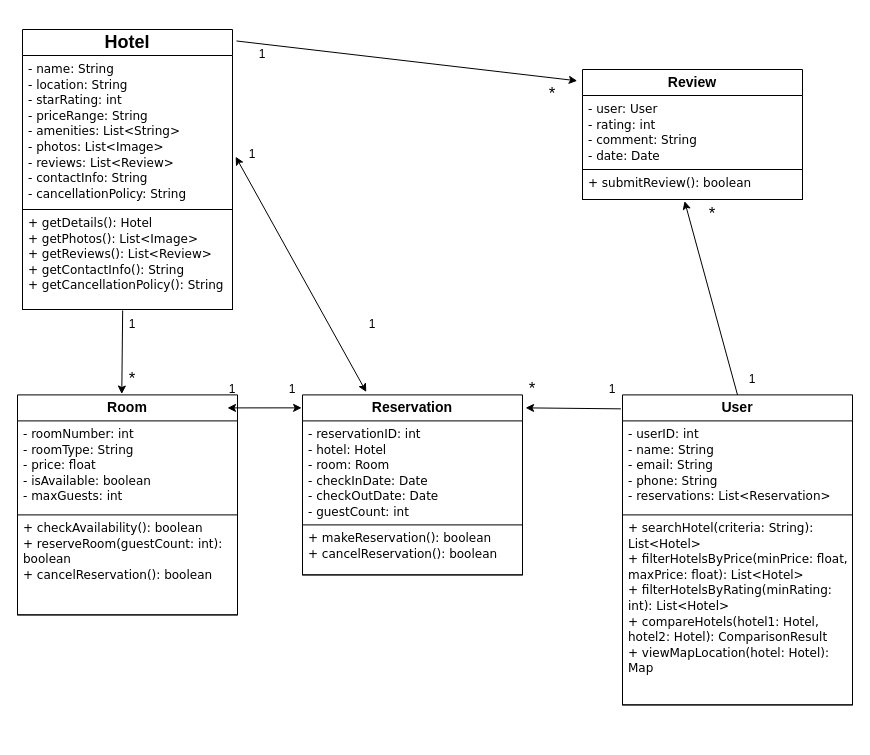
Above: UML/Hotel Diagram.drawio in KczBen/hbv-401-3h (draw.io), before the change. Source tidied: cells renumbered, new cells numbered last; positions are measured from the earlier drawing's top-left corner, leaving out a move shared by most shapes. Both pictures are drawn from the tidied source at 100%, with x=0, y=0 at pixel (17, 29).
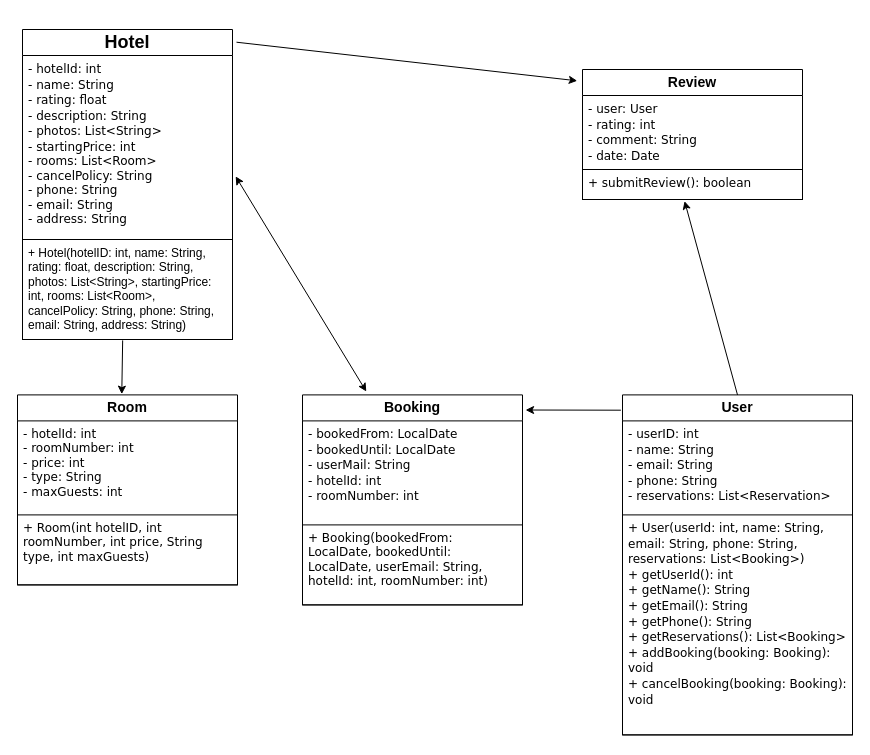
After the change.

Commit message (it also covers changes not shown here):
Some Design Model UML updates and User.java added

Change to the diagram source:
```diff
@@
     <mxCell id="2" value="&lt;h2&gt;Hotel&lt;/h2&gt;" style="swimlane;fontStyle=0;horizontal=1;startSize=26;fillColor=none;whiteSpace=wrap;html=1;" parent="1" vertex="1">
-      <mxGeometry x="5" width="210" height="280" as="geometry" />
+      <mxGeometry x="5" width="210" height="310" as="geometry" />
     </mxCell>
-    <mxCell id="3" value="&lt;font style=&quot;line-height: 130%;&quot; face=&quot;Verdana&quot;&gt;- name: String&lt;br&gt;- location: String&lt;br&gt;- starRating: int&lt;br&gt;- priceRange: String&lt;br&gt;- amenities: List&amp;lt;String&amp;gt;&lt;br&gt;- photos: List&amp;lt;Image&amp;gt;&lt;br&gt;- reviews: List&amp;lt;Review&amp;gt;&lt;br&gt;- contactInfo: String&lt;br&gt;- cancellationPolicy: String&lt;/font&gt;" style="text;strokeColor=none;fillColor=none;align=left;verticalAlign=top;spacingLeft=4;spacingRight=4;overflow=hidden;points=[[0,0.5],[1,0.5]];portConstraint=eastwest;whiteSpace=wrap;html=1;" parent="2" vertex="1">
-      <mxGeometry y="26" width="210" height="154" as="geometry" />
+    <mxCell id="3" value="&lt;div&gt;&lt;font style=&quot;line-height: 130%;&quot; face=&quot;Verdana&quot;&gt;- hotelId: int&lt;/font&gt;&lt;/div&gt;&lt;font style=&quot;line-height: 130%;&quot; face=&quot;Verdana&quot;&gt;- name: String&lt;br&gt;&lt;/font&gt;&lt;div&gt;&lt;font style=&quot;line-height: 130%;&quot; face=&quot;Verdana&quot;&gt;- rating: float&lt;br&gt;- description: String&lt;/font&gt;&lt;/div&gt;&lt;div&gt;&lt;font style=&quot;line-height: 130%;&quot; face=&quot;Verdana&quot;&gt;- photos: List&amp;lt;String&amp;gt;&lt;/font&gt;&lt;/div&gt;&lt;div&gt;&lt;font face=&quot;Verdana&quot;&gt;- startingPrice: int&lt;/font&gt;&lt;/div&gt;&lt;div&gt;&lt;font face=&quot;Verdana&quot;&gt;- rooms: List&amp;lt;Room&amp;gt;&lt;/font&gt;&lt;/div&gt;&lt;div&gt;&lt;font face=&quot;Verdana&quot;&gt;- cancelPolicy: String&lt;/font&gt;&lt;/div&gt;&lt;div&gt;&lt;font face=&quot;Verdana&quot;&gt;- phone: String&lt;/font&gt;&lt;/div&gt;&lt;div&gt;&lt;font face=&quot;Verdana&quot;&gt;- email: String&lt;/font&gt;&lt;/div&gt;&lt;div&gt;&lt;font face=&quot;Verdana&quot;&gt;- address: String&lt;/font&gt;&lt;/div&gt;" style="text;strokeColor=none;fillColor=none;align=left;verticalAlign=top;spacingLeft=4;spacingRight=4;overflow=hidden;points=[[0,0.5],[1,0.5]];portConstraint=eastwest;whiteSpace=wrap;html=1;" parent="2" vertex="1">
+      <mxGeometry y="26" width="210" height="184" as="geometry" />
     </mxCell>
-    <mxCell id="4" value="&lt;font style=&quot;line-height: 130%;&quot; face=&quot;Verdana&quot;&gt;+ getDetails(): Hotel&lt;br&gt;+ getPhotos(): List&amp;lt;Image&amp;gt;&lt;br&gt;+ getReviews(): List&amp;lt;Review&amp;gt;&lt;br&gt;+ getContactInfo(): String&lt;br&gt;+ getCancellationPolicy(): String&lt;/font&gt;" style="text;strokeColor=default;fillColor=none;align=left;verticalAlign=top;spacingLeft=4;spacingRight=4;overflow=hidden;points=[[0,0.5],[1,0.5]];portConstraint=eastwest;whiteSpace=wrap;html=1;" parent="2" vertex="1">
-      <mxGeometry y="180" width="210" height="100" as="geometry" />
+    <mxCell id="4" value="&lt;div&gt;&lt;span style=&quot;font-size: 12px;&quot;&gt;&lt;font face=&quot;Helvetica&quot;&gt;+ Hotel(hotelID: int, name: String, rating: float, description: String, photos: List&amp;lt;String&amp;gt;, startingPrice: int, rooms: List&amp;lt;Room&amp;gt;, cancelPolicy: String, phone: String, email: String, address: String)&lt;/font&gt;&lt;/span&gt;&lt;/div&gt;&lt;div&gt;&lt;br&gt;&lt;/div&gt;" style="text;strokeColor=default;fillColor=none;align=left;verticalAlign=top;spacingLeft=4;spacingRight=4;overflow=hidden;points=[[0,0.5],[1,0.5]];portConstraint=eastwest;whiteSpace=wrap;html=1;" parent="2" vertex="1">
+      <mxGeometry y="210" width="210" height="100" as="geometry" />
     </mxCell>
     <mxCell id="5" value="&lt;h3&gt;Room&lt;/h3&gt;" style="swimlane;fontStyle=0;horizontal=1;startSize=26;fillColor=none;whiteSpace=wrap;html=1;" parent="1" vertex="1">
-      <mxGeometry y="365.4" width="220" height="220" as="geometry" />
+      <mxGeometry y="365.4" width="220" height="190" as="geometry" />
     </mxCell>
-    <mxCell id="6" value="&lt;font style=&quot;line-height: 130%;&quot; face=&quot;Verdana&quot;&gt;- roomNumber: int&lt;br&gt;- roomType: String&lt;br&gt;- price: float&lt;br&gt;- isAvailable: boolean&lt;br&gt;- maxGuests: int&lt;/font&gt;" style="text;strokeColor=none;fillColor=none;align=left;verticalAlign=top;spacingLeft=4;spacingRight=4;overflow=hidden;whiteSpace=wrap;html=1;" parent="5" vertex="1">
+    <mxCell id="6" value="&lt;font face=&quot;Verdana&quot;&gt;- hotelId: int&lt;/font&gt;&lt;div&gt;&lt;font face=&quot;Verdana&quot;&gt;- roomNumber: int&lt;/font&gt;&lt;/div&gt;&lt;div&gt;&lt;font face=&quot;Verdana&quot;&gt;- price: int&lt;/font&gt;&lt;/div&gt;&lt;div&gt;&lt;font face=&quot;Verdana&quot;&gt;- type: String&lt;/font&gt;&lt;/div&gt;&lt;div&gt;&lt;font face=&quot;Verdana&quot;&gt;- maxGuests: int&lt;/font&gt;&lt;/div&gt;" style="text;strokeColor=none;fillColor=none;align=left;verticalAlign=top;spacingLeft=4;spacingRight=4;overflow=hidden;whiteSpace=wrap;html=1;" parent="5" vertex="1">
       <mxGeometry y="26" width="220" height="94" as="geometry" />
     </mxCell>
-    <mxCell id="7" value="&lt;font style=&quot;line-height: 130%;&quot; face=&quot;Verdana&quot;&gt;+ checkAvailability(): boolean&lt;br&gt;+ reserveRoom(guestCount: int): boolean&lt;br&gt;+ cancelReservation(): boolean&lt;/font&gt;" style="text;strokeColor=default;fillColor=none;align=left;verticalAlign=top;spacingLeft=4;spacingRight=4;overflow=hidden;whiteSpace=wrap;html=1;" parent="5" vertex="1">
-      <mxGeometry y="120" width="220" height="100" as="geometry" />
+    <mxCell id="7" value="&lt;font face=&quot;Verdana&quot;&gt;+ Room(int hotelID, int roomNumber, int price, String type, int maxGuests)&lt;/font&gt;" style="text;strokeColor=default;fillColor=none;align=left;verticalAlign=top;spacingLeft=4;spacingRight=4;overflow=hidden;whiteSpace=wrap;html=1;" parent="5" vertex="1">
+      <mxGeometry y="120" width="220" height="70" as="geometry" />
     </mxCell>
-    <mxCell id="8" value="&lt;h3&gt;Reservation&lt;/h3&gt;" style="swimlane;fontStyle=0;horizontal=1;startSize=26;fillColor=none;whiteSpace=wrap;html=1;" parent="1" vertex="1">
-      <mxGeometry x="285" y="365.4" width="220" height="180" as="geometry" />
+    <mxCell id="8" value="&lt;h3&gt;Booking&lt;/h3&gt;" style="swimlane;fontStyle=0;horizontal=1;startSize=26;fillColor=none;whiteSpace=wrap;html=1;" parent="1" vertex="1">
+      <mxGeometry x="285" y="365.4" width="220" height="210" as="geometry" />
     </mxCell>
-    <mxCell id="9" value="&lt;div style=&quot;line-height: 130%;&quot;&gt;&lt;font face=&quot;Verdana&quot;&gt;- reservationID: int&lt;br&gt;- hotel: Hotel&lt;br&gt;- room: Room&lt;br&gt;- checkInDate: Date&lt;br&gt;- checkOutDate: Date&lt;br&gt;- guestCount: int&lt;/font&gt;&lt;/div&gt;" style="text;strokeColor=none;fillColor=none;align=left;verticalAlign=top;spacingLeft=4;spacingRight=4;overflow=hidden;whiteSpace=wrap;html=1;" parent="8" vertex="1">
+    <mxCell id="9" value="&lt;div style=&quot;line-height: 130%;&quot;&gt;&lt;font face=&quot;Verdana&quot;&gt;- bookedFrom: LocalDate&lt;/font&gt;&lt;/div&gt;&lt;div style=&quot;line-height: 130%;&quot;&gt;&lt;span style=&quot;font-family: Verdana; background-color: transparent; color: light-dark(rgb(0, 0, 0), rgb(255, 255, 255));&quot;&gt;- bookedUntil: LocalDate&lt;/span&gt;&lt;/div&gt;&lt;div style=&quot;line-height: 130%;&quot;&gt;&lt;font face=&quot;Verdana&quot;&gt;- userMail: String&lt;/font&gt;&lt;/div&gt;&lt;div style=&quot;line-height: 130%;&quot;&gt;&lt;font face=&quot;Verdana&quot;&gt;- hotelId: int&lt;/font&gt;&lt;/div&gt;&lt;div style=&quot;line-height: 130%;&quot;&gt;&lt;font face=&quot;Verdana&quot;&gt;- roomNumber: int&lt;/font&gt;&lt;/div&gt;&lt;div style=&quot;line-height: 130%;&quot;&gt;&lt;br&gt;&lt;/div&gt;" style="text;strokeColor=none;fillColor=none;align=left;verticalAlign=top;spacingLeft=4;spacingRight=4;overflow=hidden;whiteSpace=wrap;html=1;" parent="8" vertex="1">
       <mxGeometry y="26" width="220" height="104" as="geometry" />
     </mxCell>
-    <mxCell id="10" value="&lt;font style=&quot;line-height: 130%;&quot; face=&quot;Verdana&quot;&gt;+ makeReservation(): boolean&lt;br&gt;+ cancelReservation(): boolean&lt;/font&gt;" style="text;strokeColor=default;fillColor=none;align=left;verticalAlign=top;spacingLeft=4;spacingRight=4;overflow=hidden;whiteSpace=wrap;html=1;" parent="8" vertex="1">
-      <mxGeometry y="130" width="220" height="50" as="geometry" />
+    <mxCell id="10" value="&lt;font face=&quot;Verdana&quot;&gt;+ Booking(bookedFrom: LocalDate, bookedUntil: LocalDate, userEmail: String, hotelId: int, roomNumber: int)&lt;/font&gt;" style="text;strokeColor=default;fillColor=none;align=left;verticalAlign=top;spacingLeft=4;spacingRight=4;overflow=hidden;whiteSpace=wrap;html=1;" parent="8" vertex="1">
+      <mxGeometry y="130" width="220" height="80" as="geometry" />
     </mxCell>
     <mxCell id="11" value="&lt;h3&gt;User&lt;/h3&gt;" style="swimlane;fontStyle=0;horizontal=1;startSize=26;fillColor=none;whiteSpace=wrap;html=1;" parent="1" vertex="1">
-      <mxGeometry x="605" y="365.4" width="230" height="310" as="geometry" />
+      <mxGeometry x="605" y="365.4" width="230" height="340" as="geometry" />
     </mxCell>
@@
-    <mxCell id="13" value="&lt;div style=&quot;line-height: 130%;&quot;&gt;&lt;font face=&quot;Verdana&quot;&gt;+ searchHotel(criteria: String): List&amp;lt;Hotel&amp;gt;&lt;br&gt;+ filterHotelsByPrice(minPrice: float, maxPrice: float): List&amp;lt;Hotel&amp;gt;&lt;br&gt;+ filterHotelsByRating(minRating: int): List&amp;lt;Hotel&amp;gt;&lt;br&gt;+ compareHotels(hotel1: Hotel, hotel2: Hotel): ComparisonResult&lt;br&gt;+ viewMapLocation(hotel: Hotel): Map&lt;/font&gt;&lt;/div&gt;" style="text;strokeColor=default;fillColor=none;align=left;verticalAlign=top;spacingLeft=4;spacingRight=4;overflow=hidden;whiteSpace=wrap;html=1;" parent="11" vertex="1">
-      <mxGeometry y="120" width="230" height="190" as="geometry" />
+    <mxCell id="13" value="&lt;div style=&quot;line-height: 130%;&quot;&gt;&lt;div style=&quot;line-height: 130%;&quot;&gt;&lt;font face=&quot;Verdana&quot;&gt;+ User(userId: int, name: String, email: String,&amp;nbsp;&lt;/font&gt;&lt;span style=&quot;font-family: Verdana; background-color: transparent; color: light-dark(rgb(0, 0, 0), rgb(255, 255, 255));&quot;&gt;phone: String, reservations: List&amp;lt;Booking&amp;gt;)&lt;/span&gt;&lt;/div&gt;&lt;div style=&quot;line-height: 130%;&quot;&gt;&lt;span style=&quot;font-family: Verdana; background-color: transparent; color: light-dark(rgb(0, 0, 0), rgb(255, 255, 255));&quot;&gt;&lt;div style=&quot;line-height: 130%;&quot;&gt;+ getUserId(): int&lt;/div&gt;&lt;div style=&quot;line-height: 130%;&quot;&gt;+ getName(): String&lt;/div&gt;&lt;div style=&quot;line-height: 130%;&quot;&gt;+ getEmail(): String&lt;/div&gt;&lt;div style=&quot;line-height: 130%;&quot;&gt;+ getPhone(): String&lt;/div&gt;&lt;div style=&quot;line-height: 130%;&quot;&gt;+ getReservations(): List&amp;lt;Booking&amp;gt;&lt;/div&gt;&lt;div style=&quot;line-height: 130%;&quot;&gt;+ addBooking(booking: Booking): void&lt;/div&gt;&lt;div style=&quot;line-height: 130%;&quot;&gt;+ cancelBooking(booking: Booking): void&lt;/div&gt;&lt;div&gt;&lt;br&gt;&lt;/div&gt;&lt;/span&gt;&lt;/div&gt;&lt;/div&gt;" style="text;strokeColor=default;fillColor=none;align=left;verticalAlign=top;spacingLeft=4;spacingRight=4;overflow=hidden;whiteSpace=wrap;html=1;" parent="11" vertex="1">
+      <mxGeometry y="120" width="230" height="220" as="geometry" />
     </mxCell>
@@
-    <mxCell id="18" value="1" style="text;html=1;align=center;verticalAlign=middle;whiteSpace=wrap;rounded=0;" parent="1" vertex="1">
-      <mxGeometry x="185" y="345.4" width="60" height="30" as="geometry" />
-    </mxCell>
-    <mxCell id="19" value="&lt;font style=&quot;font-size: 17px;&quot;&gt;*&lt;/font&gt;" style="text;html=1;align=center;verticalAlign=middle;whiteSpace=wrap;rounded=0;" parent="1" vertex="1">
-      <mxGeometry x="485" y="345.4" width="60" height="30" as="geometry" />
-    </mxCell>
-    <mxCell id="20" value="1" style="text;html=1;align=center;verticalAlign=middle;whiteSpace=wrap;rounded=0;" parent="1" vertex="1">
-      <mxGeometry x="205" y="110" width="60" height="30" as="geometry" />
-    </mxCell>
-    <mxCell id="21" value="1" style="text;html=1;align=center;verticalAlign=middle;whiteSpace=wrap;rounded=0;" parent="1" vertex="1">
-      <mxGeometry x="325" y="280" width="60" height="30" as="geometry" />
-    </mxCell>
-    <mxCell id="22" value="1" style="text;html=1;align=center;verticalAlign=middle;whiteSpace=wrap;rounded=0;" parent="1" vertex="1">
-      <mxGeometry x="245" y="345.4" width="60" height="30" as="geometry" />
-    </mxCell>
-    <mxCell id="23" value="1" style="text;html=1;align=center;verticalAlign=middle;whiteSpace=wrap;rounded=0;" parent="1" vertex="1">
-      <mxGeometry x="565" y="345.4" width="60" height="30" as="geometry" />
-    </mxCell>
@@
-    <mxCell id="25" style="endArrow=classic;startArrow=classic;html=1;rounded=0;entryX=-0.004;entryY=0.072;entryDx=0;entryDy=0;entryPerimeter=0;exitX=1;exitY=0.059;exitDx=0;exitDy=0;exitPerimeter=0;" parent="1" edge="1" target="8">
-      <mxGeometry relative="1" as="geometry">
-        <mxPoint x="210" y="378.4" as="sourcePoint" />
-      </mxGeometry>
-    </mxCell>
@@
-    <mxCell id="27" value="1" style="text;html=1;align=center;verticalAlign=middle;whiteSpace=wrap;rounded=0;" parent="1" vertex="1">
-      <mxGeometry x="705" y="335.4" width="60" height="30" as="geometry" />
-    </mxCell>
-    <mxCell id="28" value="&lt;font style=&quot;font-size: 17px;&quot;&gt;*&lt;/font&gt;" style="text;html=1;align=center;verticalAlign=middle;whiteSpace=wrap;rounded=0;" parent="1" vertex="1">
-      <mxGeometry x="665" y="170" width="60" height="30" as="geometry" />
-    </mxCell>
@@
-    <mxCell id="30" value="1" style="text;html=1;align=center;verticalAlign=middle;whiteSpace=wrap;rounded=0;" parent="1" vertex="1">
-      <mxGeometry x="215" y="10" width="60" height="30" as="geometry" />
-    </mxCell>
-    <mxCell id="31" value="&lt;font style=&quot;font-size: 17px;&quot;&gt;*&lt;/font&gt;" style="text;html=1;align=center;verticalAlign=middle;whiteSpace=wrap;rounded=0;" parent="1" vertex="1">
-      <mxGeometry x="505" y="50" width="60" height="30" as="geometry" />
-    </mxCell>
@@
-    <mxCell id="33" value="1" style="text;html=1;align=center;verticalAlign=middle;whiteSpace=wrap;rounded=0;" parent="1" vertex="1">
-      <mxGeometry x="85" y="280" width="60" height="30" as="geometry" />
-    </mxCell>
-    <mxCell id="34" value="&lt;font style=&quot;font-size: 17px;&quot;&gt;*&lt;/font&gt;" style="text;html=1;align=center;verticalAlign=middle;whiteSpace=wrap;rounded=0;" parent="1" vertex="1">
-      <mxGeometry x="85" y="335.4" width="60" height="30" as="geometry" />
-    </mxCell>
```
